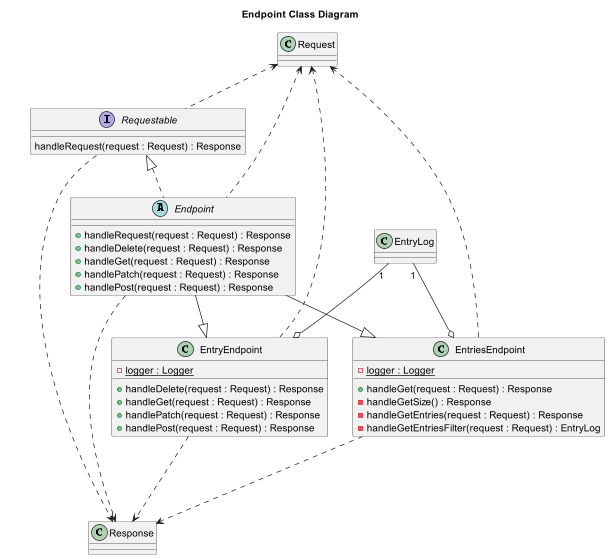
This is docs/static/backend/EndpointClassDiagram.png from nus-cs2113-AY2223S2/tp, a PlantUML export, as it was before one commit.
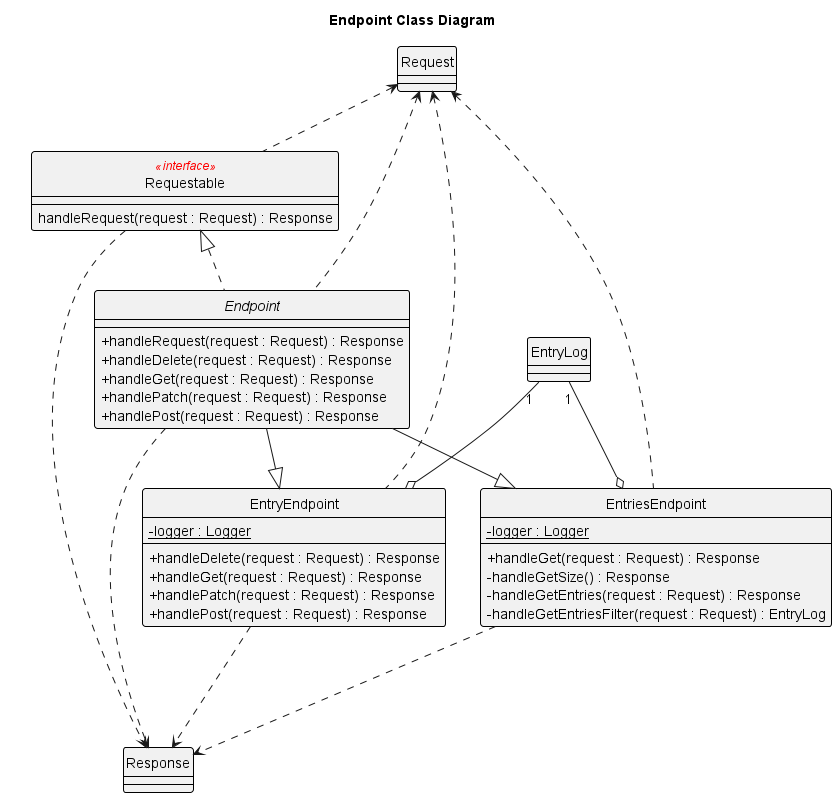
The same diagram one commit later.

The edit, as a diff of the source:
```diff
@@ -1,7 +1,9 @@
 @startuml
+!include ../Style.puml
+
 title Endpoint Class Diagram
 
-interface Requestable
+class Requestable <<interface>>
 class Request
 class Response
 abstract class Endpoint
@@ -48,7 +50,7 @@
 - handleGetEntriesFilter(request : Request) : EntryLog
 }
 
-interface Requestable {
+class Requestable <<interface>> {
     handleRequest(request : Request) : Response
 }
 
```
